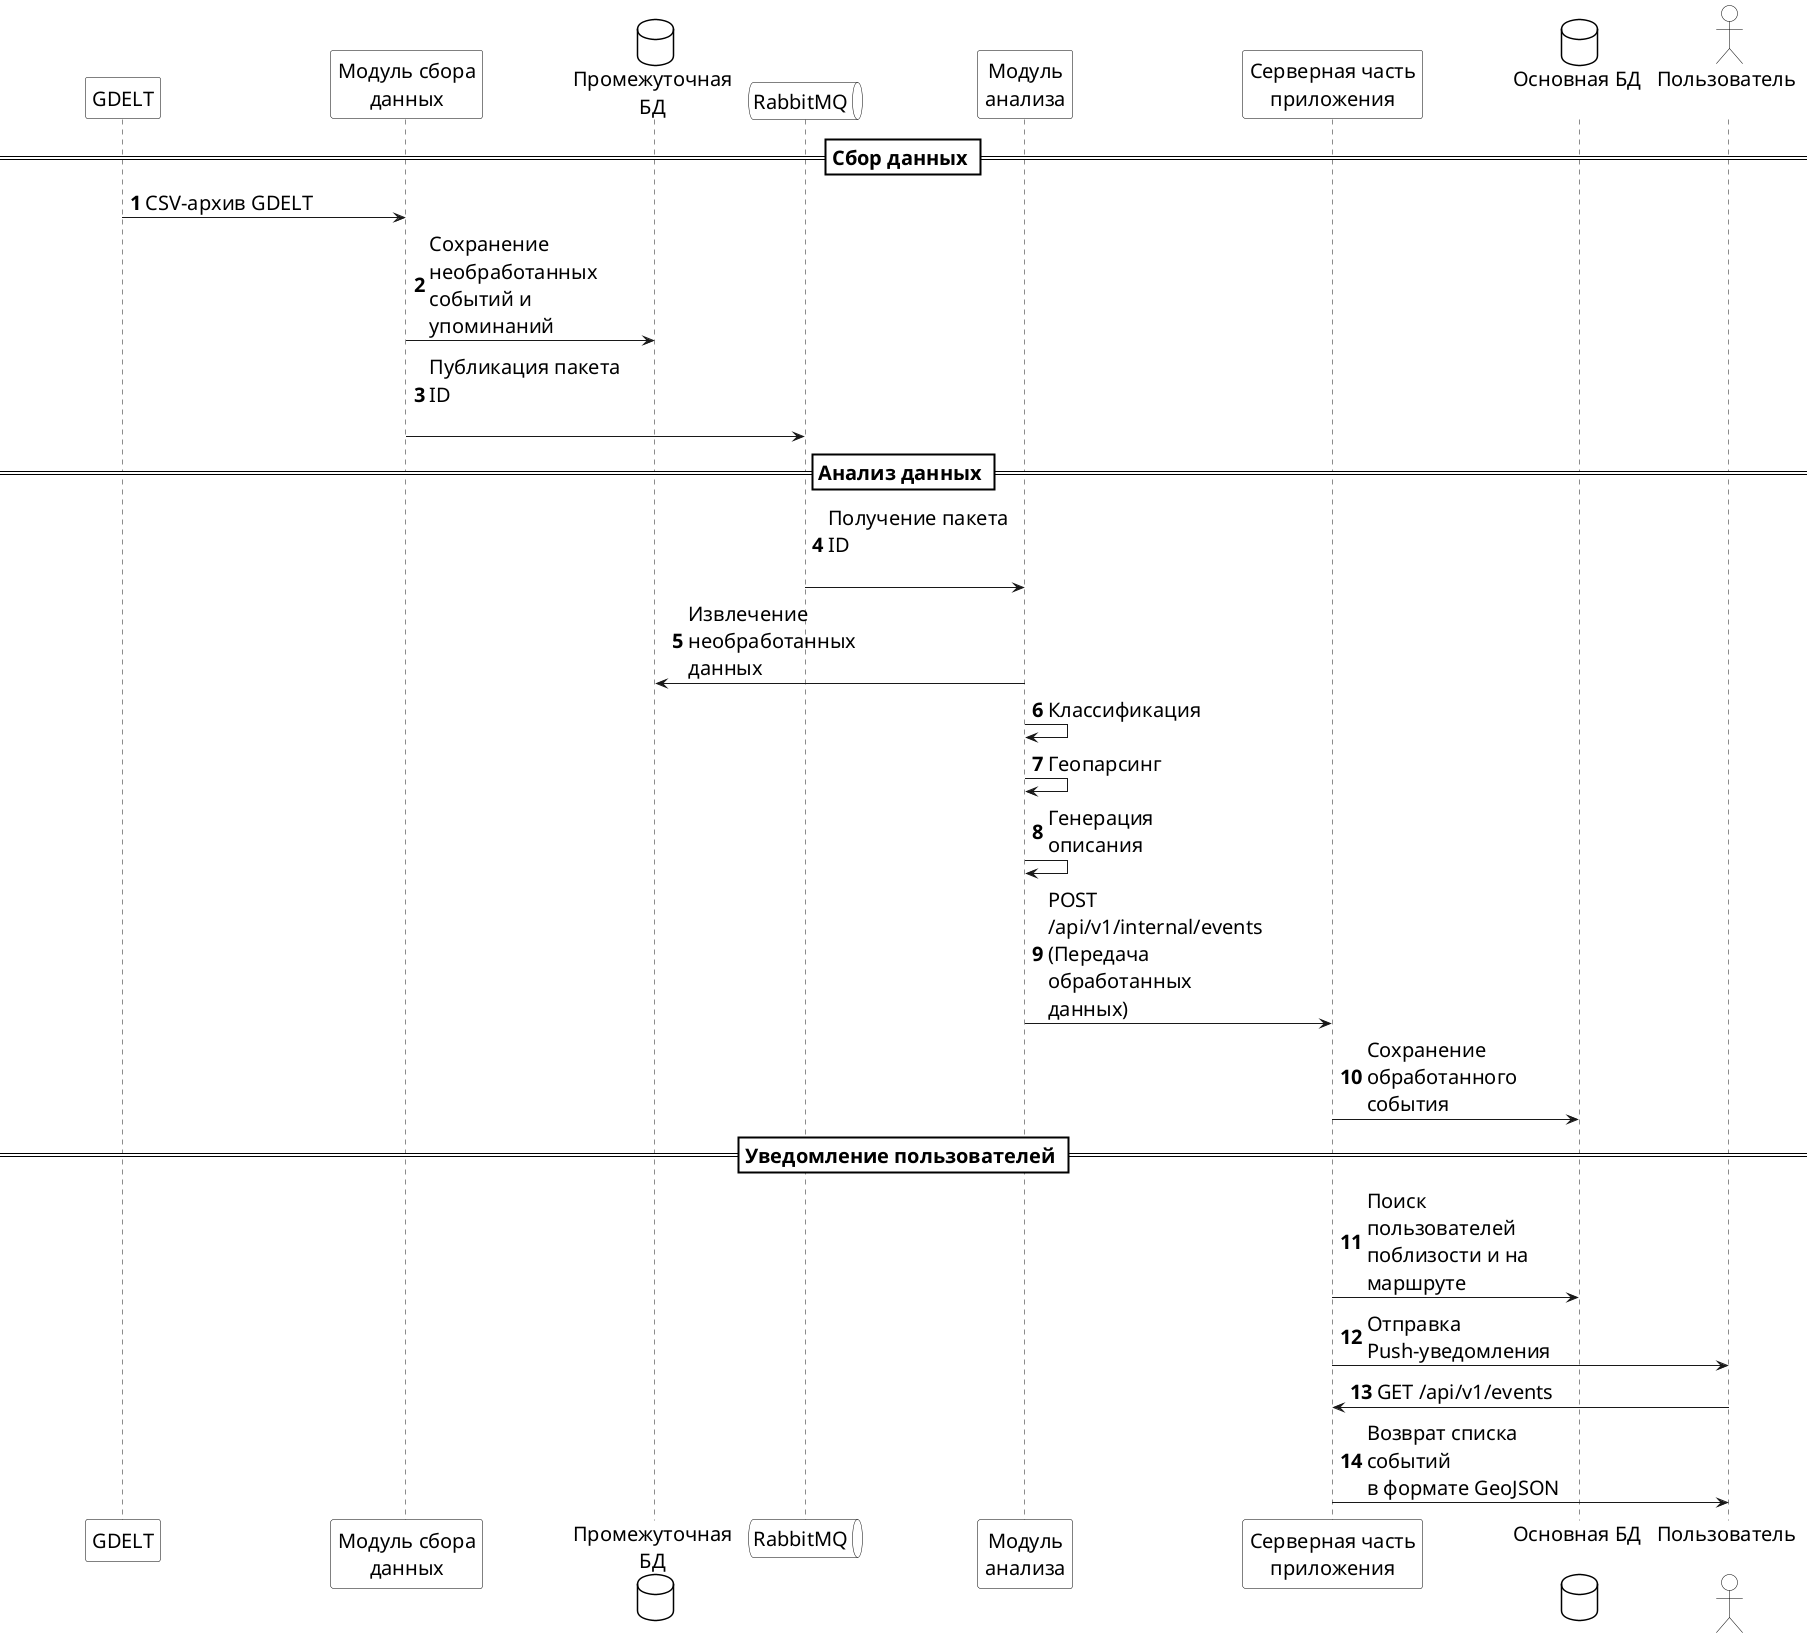
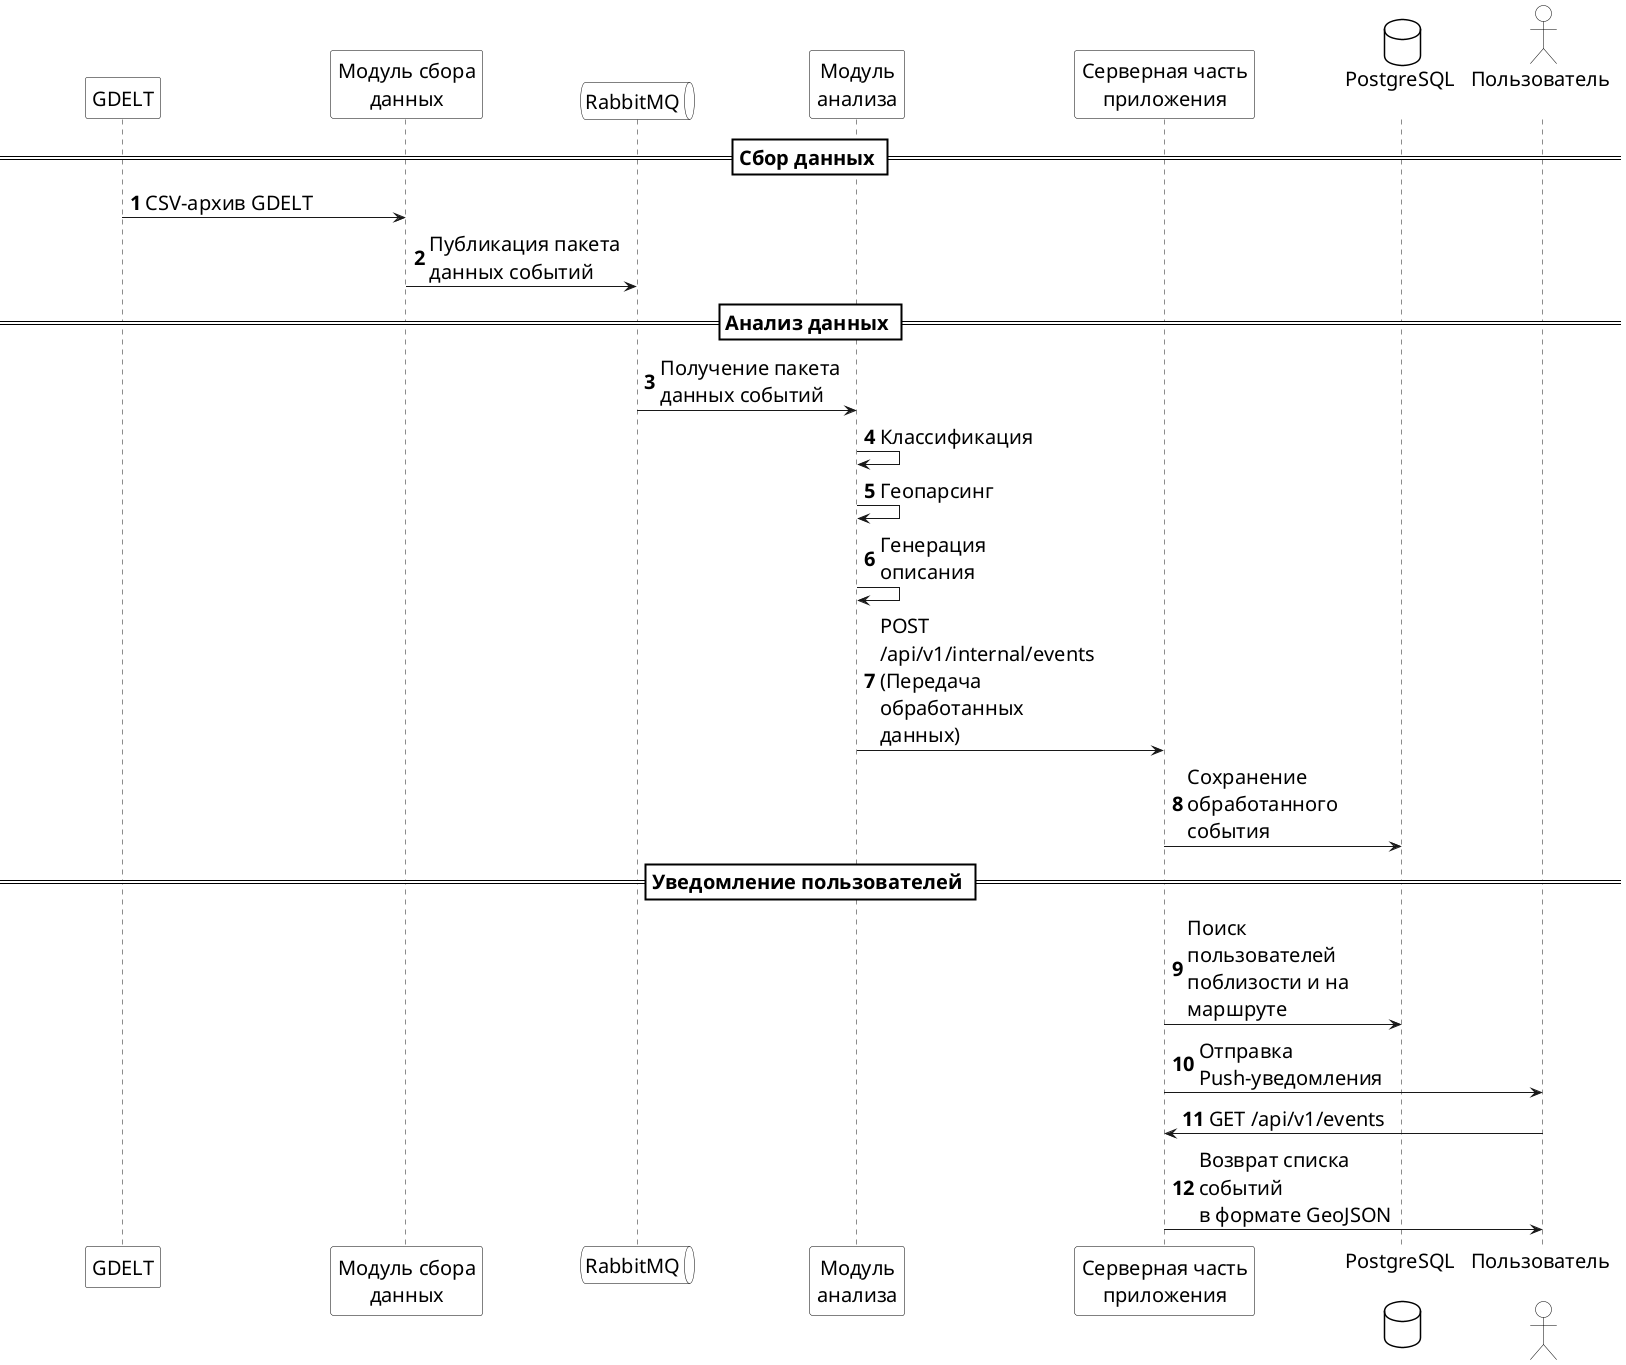
@startuml seq_diagramm
' Автоматическая нумерация шагов для удобства описания в отчете
autonumber
' Ограничение ширины текста над стрелками, чтобы текст не был в одну длинную строку
skinparam maxMessageSize 200

' --- Настройки для экономной печати ---
skinparam monochrome true
skinparam shadowing false
skinparam defaultFontName "Verdana"
skinparam defaultFontSize 20

' Принудительный белый фон для всех элементов
skinparam ParticipantBackgroundColor white
skinparam DatabaseBackgroundColor white
skinparam QueueBackgroundColor white
skinparam ActorBackgroundColor white

skinparam ParticipantBorderColor black
skinparam DatabaseBorderColor black
skinparam QueueBorderColor black
skinparam ActorBorderColor black
- skinparam ParticipantPadding 20

' Убираем серый фон у разделителей групп (== Сбор данных ==)
skinparam SequenceDividerBackgroundColor white
skinparam SequenceDividerBorderColor black

' --- Растягивание по горизонтали ---
' Увеличиваем отступы между всеми колонками (участниками)
skinparam ParticipantPadding 80

participant "GDELT" as G
participant "Модуль сбора\nданных" as F
- database "Промежуточная\nБД" as SDB
queue "RabbitMQ" as RMQ
participant "Модуль\nанализа" as A
participant "Серверная часть\nприложения" as C
- database "Основная БД\n" as CDB
+ database "PostgreSQL\n" as CDB
actor "Пользователь\n" as U

== Сбор данных ==
G -> F : CSV-архив GDELT
- F -> SDB : Сохранение необработанных\nсобытий и упоминаний
- F -> RMQ : Публикация пакета ID\n
+ F -> RMQ : Публикация пакета\nданных событий

== Анализ данных ==
- RMQ -> A : Получение пакета ID\n
- A -> SDB : Извлечение необработанных данных
+ RMQ -> A : Получение пакета\nданных событий
A -> A : Классификация
A -> A : Геопарсинг
A -> A : Генерация описания
A -> C : POST /api/v1/internal/events\n(Передача обработанных данных)
C -> CDB : Сохранение обработанного\nсобытия

== Уведомление пользователей ==
C -> CDB : Поиск пользователей\nпоблизости и на маршруте
C -> U : Отправка Push-уведомления
U -> C : GET /api/v1/events
C -> U : Возврат списка событий\nв формате GeoJSON

@enduml